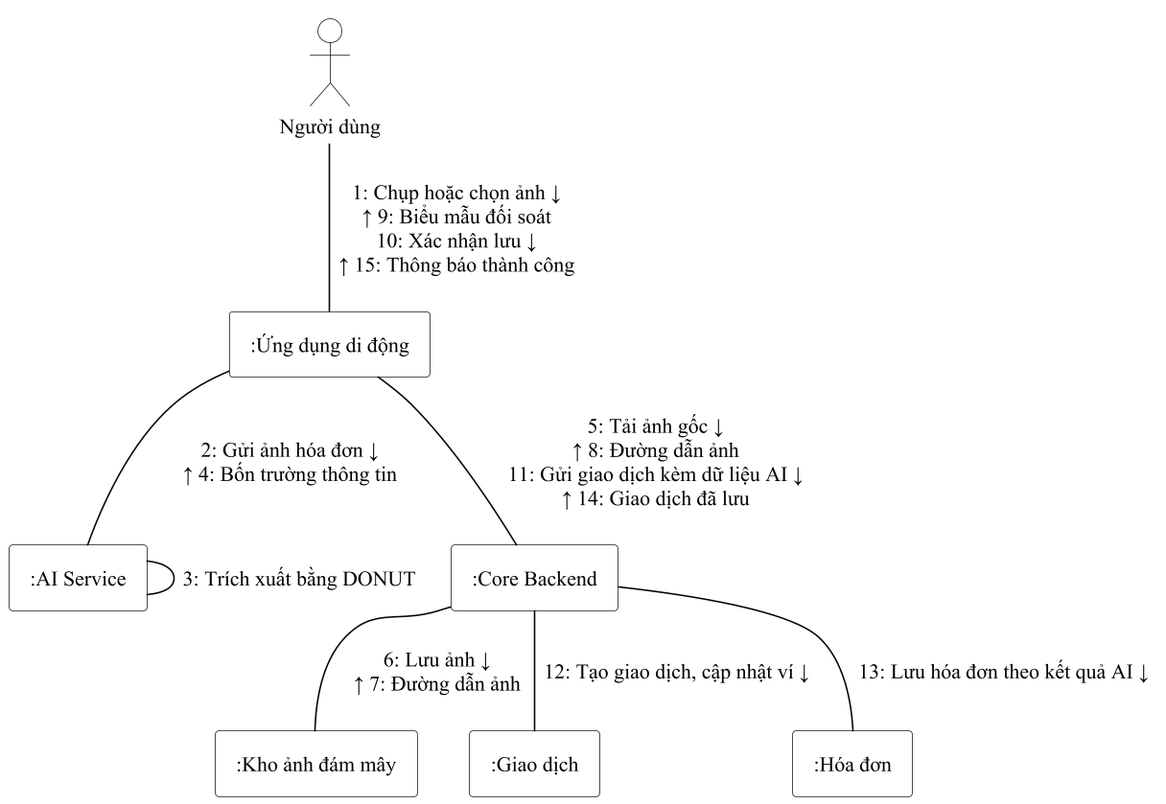
Earlier version of the PlantUML export docs/thesis/diagrams/ch2_quet_hoa_don_cong_tac.png (TriPhan15/donutpay-monorepo).
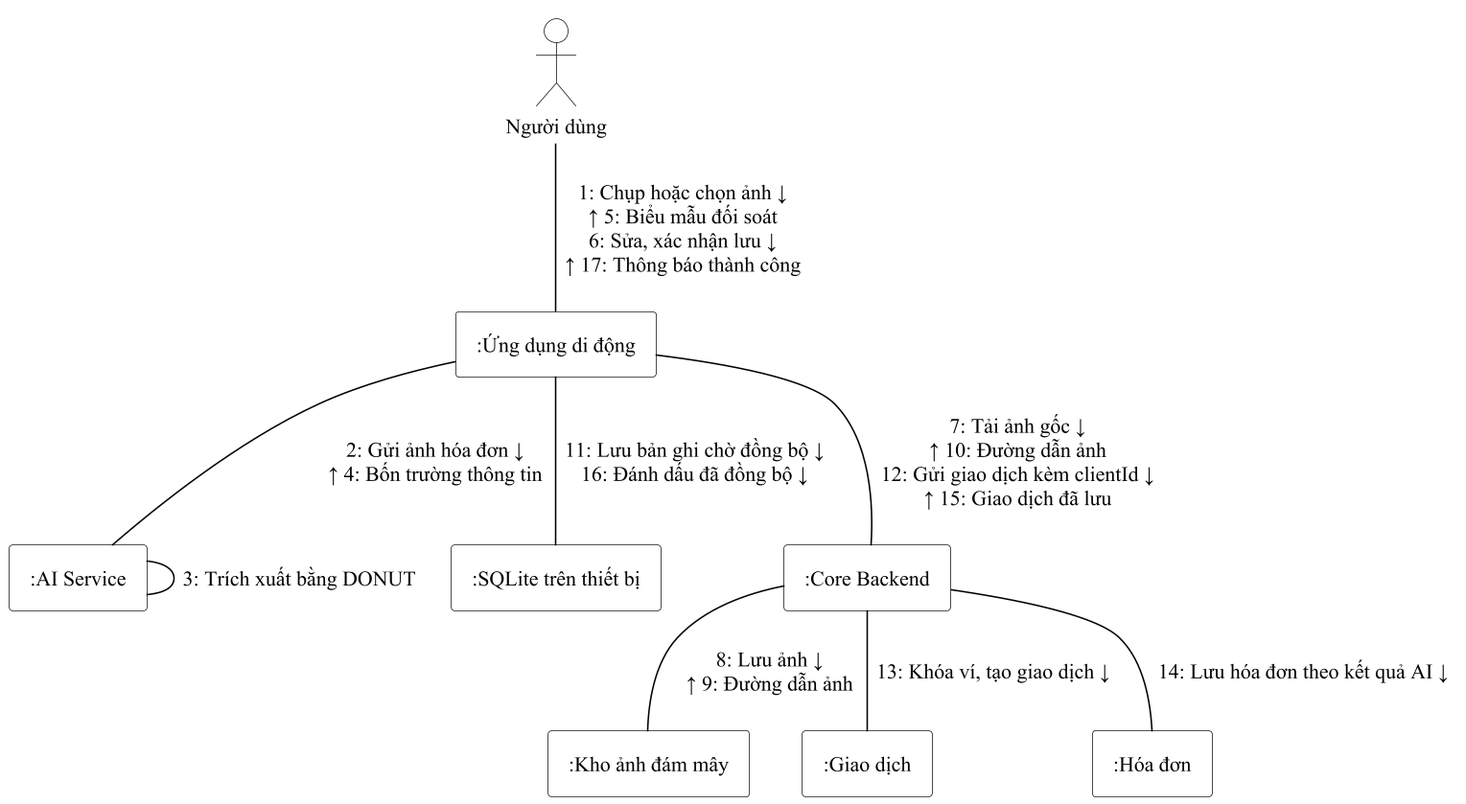
The same diagram one commit later.

Change to the diagram source:
```diff
@@ -4,15 +4,17 @@
 actor "Người dùng" as ND
 rectangle ":Ứng dụng di động" as APP
 rectangle ":AI Service" as AI
+rectangle ":SQLite trên thiết bị" as SQ
 rectangle ":Core Backend" as BE
 rectangle ":Kho ảnh đám mây" as CL
 rectangle ":Giao dịch" as GD
 rectangle ":Hóa đơn" as HD
-ND -- APP : "1: Chụp hoặc chọn ảnh ↓\n↑ 9: Biểu mẫu đối soát\n10: Xác nhận lưu ↓\n↑ 15: Thông báo thành công"
+ND -- APP : "1: Chụp hoặc chọn ảnh ↓\n↑ 5: Biểu mẫu đối soát\n6: Sửa, xác nhận lưu ↓\n↑ 17: Thông báo thành công"
 APP -- AI : "2: Gửi ảnh hóa đơn ↓\n↑ 4: Bốn trường thông tin"
 AI -- AI : "3: Trích xuất bằng DONUT"
-APP -- BE : "5: Tải ảnh gốc ↓\n↑ 8: Đường dẫn ảnh\n11: Gửi giao dịch kèm dữ liệu AI ↓\n↑ 14: Giao dịch đã lưu"
-BE -- CL : "6: Lưu ảnh ↓\n↑ 7: Đường dẫn ảnh"
-BE -- GD : "12: Tạo giao dịch, cập nhật ví ↓"
-BE -- HD : "13: Lưu hóa đơn theo kết quả AI ↓"
+APP -- SQ : "11: Lưu bản ghi chờ đồng bộ ↓\n16: Đánh dấu đã đồng bộ ↓"
+APP -- BE : "7: Tải ảnh gốc ↓\n↑ 10: Đường dẫn ảnh\n12: Gửi giao dịch kèm clientId ↓\n↑ 15: Giao dịch đã lưu"
+BE -- CL : "8: Lưu ảnh ↓\n↑ 9: Đường dẫn ảnh"
+BE -- GD : "13: Khóa ví, tạo giao dịch ↓"
+BE -- HD : "14: Lưu hóa đơn theo kết quả AI ↓"
 @enduml
```
